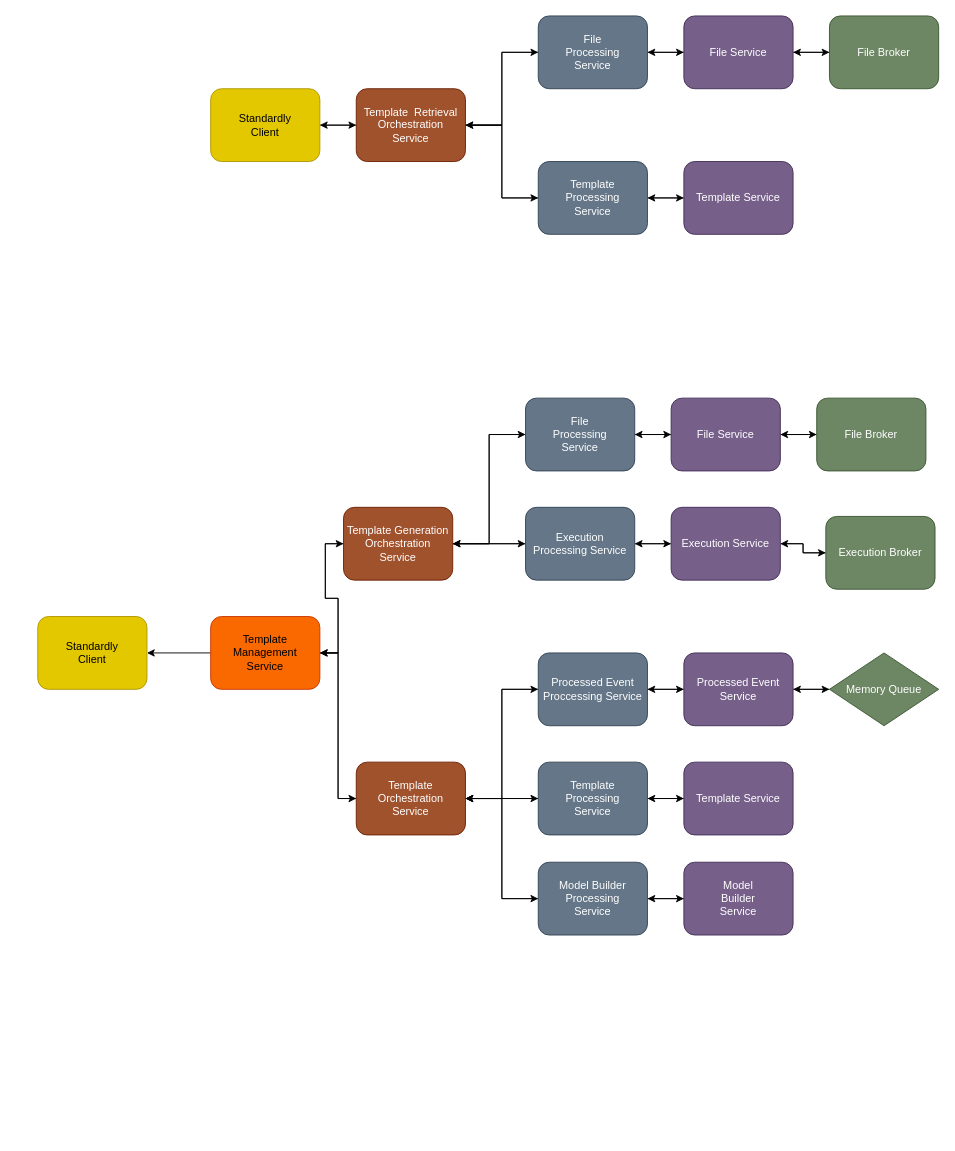
Above: Documentation/Standardly.Core.drawio in cjdutoit/Standardly.Core (draw.io), before the change. Source tidied: cells renumbered, new cells numbered last; positions are measured from the earlier drawing's top-left corner, leaving out a move shared by most shapes. Both pictures are drawn from the tidied source at 91%, with x=0, y=0 at pixel (37, 15).
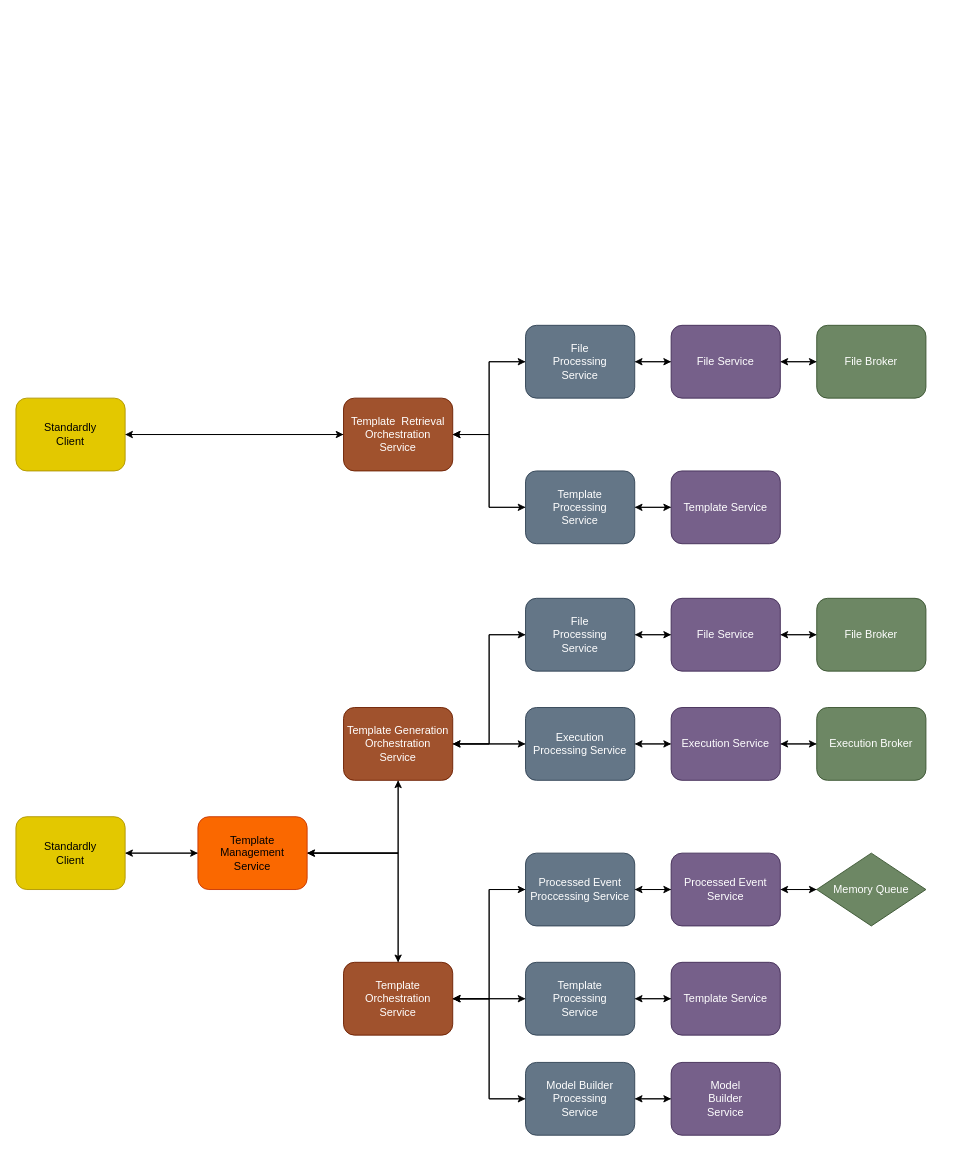
The same page after the edit.

The edit, as a diff of the source:
```diff
@@
     <mxCell id="3" value="File Broker" style="rounded=1;whiteSpace=wrap;html=1;fillColor=#6d8764;fontColor=#ffffff;strokeColor=#3A5431;" parent="1" vertex="1">
-      <mxGeometry x="870" width="120" height="80" as="geometry" />
+      <mxGeometry x="856" y="340" width="120" height="80" as="geometry" />
     </mxCell>
@@
     <mxCell id="6" value="File Service" style="rounded=1;whiteSpace=wrap;html=1;fillColor=#76608a;fontColor=#ffffff;strokeColor=#432D57;" parent="1" vertex="1">
-      <mxGeometry x="710" width="120" height="80" as="geometry" />
+      <mxGeometry x="696" y="340" width="120" height="80" as="geometry" />
     </mxCell>
@@
     <mxCell id="8" value="Template Service" style="rounded=1;whiteSpace=wrap;html=1;fillColor=#76608a;fontColor=#ffffff;strokeColor=#432D57;" parent="1" vertex="1">
-      <mxGeometry x="710" y="160" width="120" height="80" as="geometry" />
+      <mxGeometry x="696" y="500" width="120" height="80" as="geometry" />
     </mxCell>
@@
     <mxCell id="11" value="File &lt;br&gt;Processing &lt;br&gt;Service" style="rounded=1;whiteSpace=wrap;html=1;fillColor=#647687;fontColor=#ffffff;strokeColor=#314354;" parent="1" vertex="1">
-      <mxGeometry x="550" width="120" height="80" as="geometry" />
+      <mxGeometry x="536" y="340" width="120" height="80" as="geometry" />
     </mxCell>
@@
     <mxCell id="14" value="Template &lt;br&gt;Processing&lt;br&gt;Service" style="rounded=1;whiteSpace=wrap;html=1;fillColor=#647687;fontColor=#ffffff;strokeColor=#314354;" parent="1" vertex="1">
-      <mxGeometry x="550" y="160" width="120" height="80" as="geometry" />
+      <mxGeometry x="536" y="500" width="120" height="80" as="geometry" />
     </mxCell>
@@
     <mxCell id="18" value="Template&amp;nbsp; Retrieval Orchestration &lt;br&gt;Service" style="rounded=1;whiteSpace=wrap;html=1;fillColor=#a0522d;fontColor=#ffffff;strokeColor=#6D1F00;" parent="1" vertex="1">
-      <mxGeometry x="350" y="80" width="120" height="80" as="geometry" />
+      <mxGeometry x="336" y="420" width="120" height="80" as="geometry" />
     </mxCell>
@@
     <mxCell id="20" value="Standardly &lt;br&gt;Client" style="rounded=1;whiteSpace=wrap;html=1;fillColor=#e3c800;fontColor=#000000;strokeColor=#B09500;" parent="1" vertex="1">
-      <mxGeometry x="190" y="80" width="120" height="80" as="geometry" />
+      <mxGeometry x="-24" y="420" width="120" height="80" as="geometry" />
     </mxCell>
@@
     <mxCell id="22" value="Template Service" style="rounded=1;whiteSpace=wrap;html=1;fillColor=#76608a;fontColor=#ffffff;strokeColor=#432D57;" parent="1" vertex="1">
-      <mxGeometry x="710" y="820" width="120" height="80" as="geometry" />
+      <mxGeometry x="696" y="1040" width="120" height="80" as="geometry" />
     </mxCell>
@@
     <mxCell id="25" value="Template &lt;br&gt;Processing&lt;br&gt;Service" style="rounded=1;whiteSpace=wrap;html=1;fillColor=#647687;fontColor=#ffffff;strokeColor=#314354;" parent="1" vertex="1">
-      <mxGeometry x="550" y="820" width="120" height="80" as="geometry" />
+      <mxGeometry x="536" y="1040" width="120" height="80" as="geometry" />
     </mxCell>
+    <mxCell id="69" style="edgeStyle=orthogonalEdgeStyle;rounded=0;jettySize=auto;html=1;exitX=1;exitY=0.5;exitDx=0;exitDy=0;entryX=0;entryY=0.5;entryDx=0;entryDy=0;" parent="1" edge="1" source="26" target="40">
+      <mxGeometry relative="1" as="geometry" />
+    </mxCell>
     <mxCell id="26" value="Standardly &lt;br&gt;Client" style="rounded=1;whiteSpace=wrap;html=1;fillColor=#e3c800;fontColor=#000000;strokeColor=#B09500;" parent="1" vertex="1">
-      <mxGeometry y="660" width="120" height="80" as="geometry" />
+      <mxGeometry x="-24" y="880" width="120" height="80" as="geometry" />
     </mxCell>
@@
-    <mxCell id="29" style="edgeStyle=orthogonalEdgeStyle;rounded=0;jettySize=auto;html=1;exitX=0;exitY=0.5;exitDx=0;exitDy=0;entryX=1;entryY=0.5;entryDx=0;entryDy=0;" parent="1" edge="1" source="31" target="40">
+    <mxCell id="29" style="edgeStyle=orthogonalEdgeStyle;rounded=0;jettySize=auto;html=1;exitX=0.5;exitY=0;exitDx=0;exitDy=0;entryX=1;entryY=0.5;entryDx=0;entryDy=0;" parent="1" edge="1" source="31" target="40">
       <mxGeometry relative="1" as="geometry" />
     </mxCell>
@@
     <mxCell id="31" value="Template Orchestration &lt;br&gt;Service" style="rounded=1;whiteSpace=wrap;html=1;fillColor=#a0522d;fontColor=#ffffff;strokeColor=#6D1F00;" parent="1" vertex="1">
-      <mxGeometry x="350" y="820" width="120" height="80" as="geometry" />
+      <mxGeometry x="336" y="1040" width="120" height="80" as="geometry" />
     </mxCell>
@@
     <mxCell id="33" value="Model&lt;br&gt;Builder&lt;br&gt;Service" style="rounded=1;whiteSpace=wrap;html=1;fillColor=#76608a;fontColor=#ffffff;strokeColor=#432D57;" parent="1" vertex="1">
-      <mxGeometry x="710" y="930" width="120" height="80" as="geometry" />
+      <mxGeometry x="696" y="1150" width="120" height="80" as="geometry" />
     </mxCell>
@@
     <mxCell id="36" value="Model Builder&lt;br&gt;Processing&lt;br&gt;Service" style="rounded=1;whiteSpace=wrap;html=1;fillColor=#647687;fontColor=#ffffff;strokeColor=#314354;" parent="1" vertex="1">
-      <mxGeometry x="550" y="930" width="120" height="80" as="geometry" />
+      <mxGeometry x="536" y="1150" width="120" height="80" as="geometry" />
     </mxCell>
@@
-    <mxCell id="38" style="edgeStyle=orthogonalEdgeStyle;rounded=0;jettySize=auto;html=1;exitX=1;exitY=0.5;exitDx=0;exitDy=0;entryX=0;entryY=0.5;entryDx=0;entryDy=0;" parent="1" edge="1" source="40" target="60">
+    <mxCell id="38" style="edgeStyle=orthogonalEdgeStyle;rounded=0;jettySize=auto;html=1;exitX=1;exitY=0.5;exitDx=0;exitDy=0;entryX=0.5;entryY=1;entryDx=0;entryDy=0;" parent="1" edge="1" source="40" target="60">
       <mxGeometry relative="1" as="geometry" />
     </mxCell>
-    <mxCell id="39" style="edgeStyle=orthogonalEdgeStyle;rounded=0;jettySize=auto;html=1;exitX=1;exitY=0.5;exitDx=0;exitDy=0;entryX=0;entryY=0.5;entryDx=0;entryDy=0;" parent="1" edge="1" source="40" target="31">
+    <mxCell id="39" style="edgeStyle=orthogonalEdgeStyle;rounded=0;jettySize=auto;html=1;exitX=1;exitY=0.5;exitDx=0;exitDy=0;entryX=0.5;entryY=0;entryDx=0;entryDy=0;" parent="1" edge="1" source="40" target="31">
       <mxGeometry relative="1" as="geometry" />
     </mxCell>
     <mxCell id="40" value="Template Management &lt;br&gt;Service" style="rounded=1;whiteSpace=wrap;html=1;fillColor=#fa6800;fontColor=#000000;strokeColor=#C73500;" parent="1" vertex="1">
-      <mxGeometry x="190" y="660" width="120" height="80" as="geometry" />
+      <mxGeometry x="176" y="880" width="120" height="80" as="geometry" />
     </mxCell>
@@
     <mxCell id="42" value="File Broker" style="rounded=1;whiteSpace=wrap;html=1;fillColor=#6d8764;fontColor=#ffffff;strokeColor=#3A5431;" parent="1" vertex="1">
-      <mxGeometry x="856" y="420" width="120" height="80" as="geometry" />
+      <mxGeometry x="856" y="640" width="120" height="80" as="geometry" />
     </mxCell>
@@
     <mxCell id="45" value="File Service" style="rounded=1;whiteSpace=wrap;html=1;fillColor=#76608a;fontColor=#ffffff;strokeColor=#432D57;" parent="1" vertex="1">
-      <mxGeometry x="696" y="420" width="120" height="80" as="geometry" />
+      <mxGeometry x="696" y="640" width="120" height="80" as="geometry" />
     </mxCell>
@@
     <mxCell id="47" value="Execution Broker" style="rounded=1;whiteSpace=wrap;html=1;fillColor=#6d8764;fontColor=#ffffff;strokeColor=#3A5431;" parent="1" vertex="1">
-      <mxGeometry x="866" y="550" width="120" height="80" as="geometry" />
+      <mxGeometry x="856" y="760" width="120" height="80" as="geometry" />
     </mxCell>
@@
     <mxCell id="50" value="Execution Service" style="rounded=1;whiteSpace=wrap;html=1;fillColor=#76608a;fontColor=#ffffff;strokeColor=#432D57;" parent="1" vertex="1">
-      <mxGeometry x="696" y="540" width="120" height="80" as="geometry" />
+      <mxGeometry x="696" y="760" width="120" height="80" as="geometry" />
     </mxCell>
@@
     <mxCell id="53" value="File &lt;br&gt;Processing &lt;br&gt;Service" style="rounded=1;whiteSpace=wrap;html=1;fillColor=#647687;fontColor=#ffffff;strokeColor=#314354;" parent="1" vertex="1">
-      <mxGeometry x="536" y="420" width="120" height="80" as="geometry" />
+      <mxGeometry x="536" y="640" width="120" height="80" as="geometry" />
     </mxCell>
@@
     <mxCell id="56" value="Execution &lt;br&gt;Processing Service" style="rounded=1;whiteSpace=wrap;html=1;fillColor=#647687;fontColor=#ffffff;strokeColor=#314354;" parent="1" vertex="1">
-      <mxGeometry x="536" y="540" width="120" height="80" as="geometry" />
+      <mxGeometry x="536" y="760" width="120" height="80" as="geometry" />
     </mxCell>
@@
-    <mxCell id="59" style="edgeStyle=orthogonalEdgeStyle;rounded=0;jettySize=auto;html=1;exitX=0;exitY=0.5;exitDx=0;exitDy=0;entryX=1;entryY=0.5;entryDx=0;entryDy=0;" parent="1" edge="1" source="60" target="40">
+    <mxCell id="59" style="edgeStyle=orthogonalEdgeStyle;rounded=0;jettySize=auto;html=1;exitX=0.5;exitY=1;exitDx=0;exitDy=0;entryX=1;entryY=0.5;entryDx=0;entryDy=0;" parent="1" edge="1" source="60" target="40">
       <mxGeometry relative="1" as="geometry" />
     </mxCell>
     <mxCell id="60" value="Template Generation Orchestration &lt;br&gt;Service" style="rounded=1;whiteSpace=wrap;html=1;fillColor=#a0522d;fontColor=#ffffff;strokeColor=#6D1F00;" parent="1" vertex="1">
-      <mxGeometry x="336" y="540" width="120" height="80" as="geometry" />
+      <mxGeometry x="336" y="760" width="120" height="80" as="geometry" />
     </mxCell>
@@
     <mxCell id="63" value="Processed Event Service" style="rounded=1;whiteSpace=wrap;html=1;fillColor=#76608a;fontColor=#ffffff;strokeColor=#432D57;" parent="1" vertex="1">
-      <mxGeometry x="710" y="700" width="120" height="80" as="geometry" />
+      <mxGeometry x="696" y="920" width="120" height="80" as="geometry" />
     </mxCell>
@@
     <mxCell id="66" value="Processed Event Proccessing Service" style="rounded=1;whiteSpace=wrap;html=1;fillColor=#647687;fontColor=#ffffff;strokeColor=#314354;" parent="1" vertex="1">
-      <mxGeometry x="550" y="700" width="120" height="80" as="geometry" />
+      <mxGeometry x="536" y="920" width="120" height="80" as="geometry" />
     </mxCell>
@@
     <mxCell id="68" value="Memory Queue" style="rhombus;whiteSpace=wrap;html=1;fillColor=#6d8764;fontColor=#ffffff;strokeColor=#3A5431;" parent="1" vertex="1">
-      <mxGeometry x="870" y="700" width="120" height="80" as="geometry" />
+      <mxGeometry x="856" y="920" width="120" height="80" as="geometry" />
     </mxCell>
```
